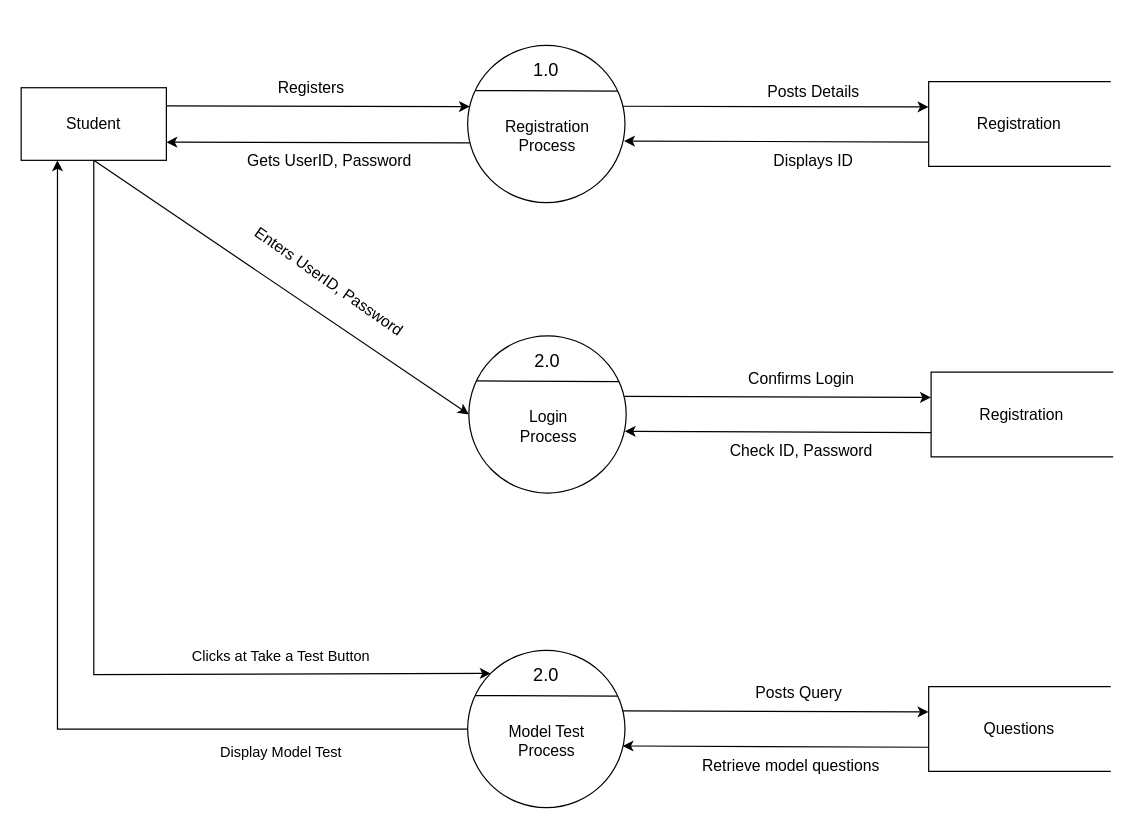
This is static/Project Diagram/DFD - Level 1.drawio from sainisoftravi/online_entrance, a draw.io file, before an edit. Source tidied: cells renumbered, new cells numbered last; positions are measured from the earlier drawing's top-left corner, leaving out a move shared by most shapes. Both pictures are drawn from the tidied source at 121%, with x=0, y=0 at pixel (21, 45).
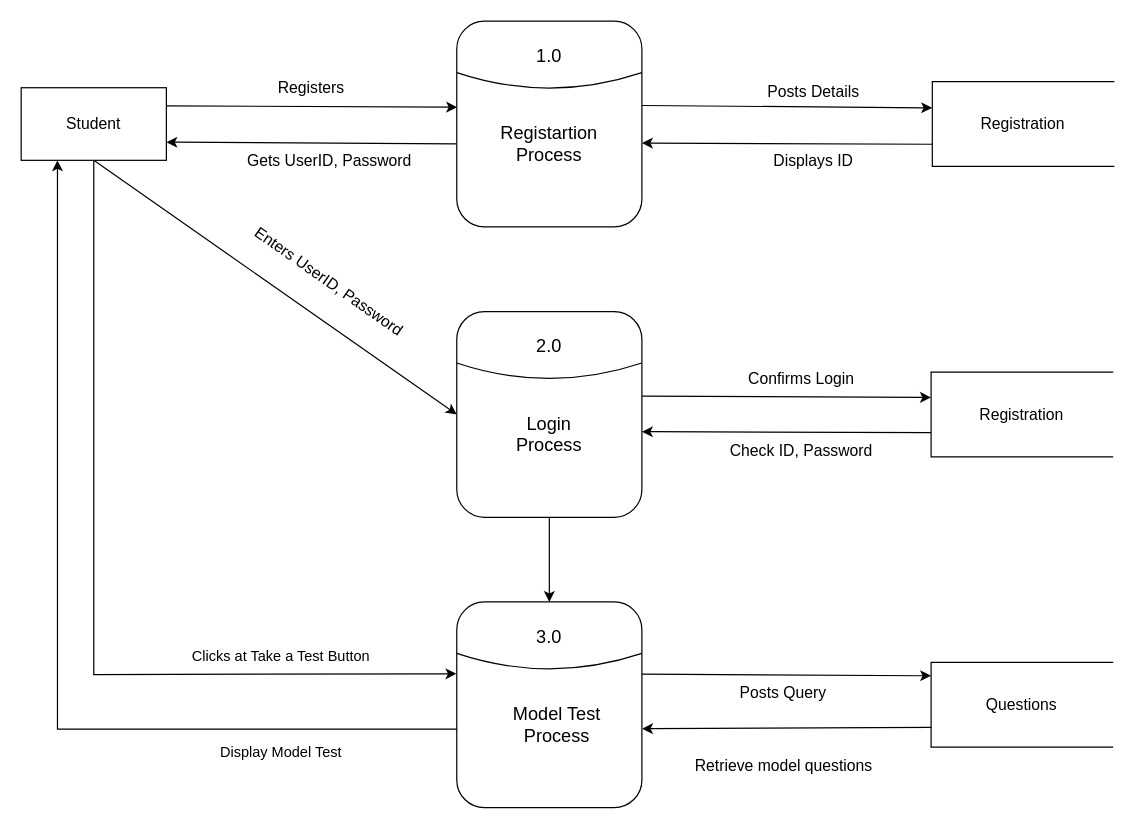
Above is the later version.

Unchanged cells that the change refers to:
```xml
<mxCell id="6" value="&lt;font style=&quot;font-size: 13px;&quot;&gt;Student&lt;/font&gt;" style="rounded=0;whiteSpace=wrap;html=1;" parent="1" vertex="1">
  <mxGeometry y="35" width="120" height="60" as="geometry" />
</mxCell>
<mxCell id="32" value="&lt;font style=&quot;font-size: 13px;&quot;&gt;Registration&lt;/font&gt;" style="html=1;dashed=0;whiteSpace=wrap;shape=partialRectangle;right=0;" parent="1" vertex="1">
  <mxGeometry x="752" y="270" width="150" height="70" as="geometry" />
</mxCell>
```

Change to the diagram source:
```diff
@@
-    <mxCell id="2" value="&lt;font style=&quot;font-size: 20px;&quot;&gt;&lt;br&gt;&lt;/font&gt;" style="ellipse;whiteSpace=wrap;html=1;" parent="1" vertex="1">
-      <mxGeometry x="369" width="130" height="130" as="geometry" />
-    </mxCell>
-    <mxCell id="3" style="endArrow=none;html=1;rounded=0;exitX=0.049;exitY=0.287;exitDx=0;exitDy=0;entryX=0.955;entryY=0.291;entryDx=0;entryDy=0;exitPerimeter=0;entryPerimeter=0;" parent="1" edge="1" source="2" target="2">
-      <mxGeometry relative="1" as="geometry" />
-    </mxCell>
-    <mxCell id="4" value="&lt;font style=&quot;font-size: 15px;&quot;&gt;1.0&lt;/font&gt;" style="text;html=1;strokeColor=none;fillColor=none;align=center;verticalAlign=middle;whiteSpace=wrap;rounded=0;" parent="1" vertex="1">
-      <mxGeometry x="414" y="10" width="40" height="20" as="geometry" />
-    </mxCell>
-    <mxCell id="5" value="&lt;font style=&quot;font-size: 13px;&quot;&gt;Registration&lt;br&gt;Process&lt;/font&gt;" style="text;html=1;strokeColor=none;fillColor=none;align=center;verticalAlign=middle;whiteSpace=wrap;rounded=0;" parent="1" vertex="1">
-      <mxGeometry x="405" y="60" width="60" height="30" as="geometry" />
-    </mxCell>
@@
-    <mxCell id="7" style="endArrow=classic;html=1;rounded=0;exitX=1;exitY=0.25;exitDx=0;exitDy=0;entryX=0.014;entryY=0.389;entryDx=0;entryDy=0;entryPerimeter=0;" parent="1" edge="1" source="6" target="2">
+    <mxCell id="7" style="endArrow=classic;html=1;rounded=0;exitX=1;exitY=0.25;exitDx=0;exitDy=0;entryX=0.002;entryY=0.418;entryDx=0;entryDy=0;entryPerimeter=0;" parent="1" edge="1" source="6" target="41">
       <mxGeometry relative="1" as="geometry" />
     </mxCell>
-    <mxCell id="8" style="endArrow=classic;html=1;rounded=0;exitX=0.013;exitY=0.62;exitDx=0;exitDy=0;entryX=1;entryY=0.75;entryDx=0;entryDy=0;exitPerimeter=0;" parent="1" edge="1" source="2" target="6">
+    <mxCell id="8" style="endArrow=classic;html=1;rounded=0;exitX=-0.002;exitY=0.596;exitDx=0;exitDy=0;entryX=1;entryY=0.75;entryDx=0;entryDy=0;exitPerimeter=0;" parent="1" edge="1" source="41" target="6">
       <mxGeometry relative="1" as="geometry" />
     </mxCell>
@@
-    <mxCell id="11" value="&lt;font style=&quot;font-size: 20px;&quot;&gt;&lt;br&gt;&lt;/font&gt;" style="ellipse;whiteSpace=wrap;html=1;" parent="1" vertex="1">
-      <mxGeometry x="370" y="240" width="130" height="130" as="geometry" />
-    </mxCell>
-    <mxCell id="12" style="endArrow=none;html=1;rounded=0;exitX=0.049;exitY=0.287;exitDx=0;exitDy=0;entryX=0.955;entryY=0.291;entryDx=0;entryDy=0;exitPerimeter=0;entryPerimeter=0;" parent="1" edge="1" source="11" target="11">
-      <mxGeometry relative="1" as="geometry" />
-    </mxCell>
-    <mxCell id="13" value="&lt;font style=&quot;font-size: 15px;&quot;&gt;2.0&lt;/font&gt;" style="text;html=1;strokeColor=none;fillColor=none;align=center;verticalAlign=middle;whiteSpace=wrap;rounded=0;" parent="1" vertex="1">
-      <mxGeometry x="415" y="250" width="40" height="20" as="geometry" />
-    </mxCell>
-    <mxCell id="14" value="&lt;font style=&quot;font-size: 13px;&quot;&gt;Login&lt;br&gt;Process&lt;/font&gt;" style="text;html=1;strokeColor=none;fillColor=none;align=center;verticalAlign=middle;whiteSpace=wrap;rounded=0;" parent="1" vertex="1">
-      <mxGeometry x="406" y="300" width="60" height="30" as="geometry" />
-    </mxCell>
-    <mxCell id="15" style="endArrow=classic;html=1;rounded=0;exitX=0.5;exitY=1;exitDx=0;exitDy=0;entryX=0;entryY=0.5;entryDx=0;entryDy=0;" parent="1" edge="1" source="6" target="11">
+    <mxCell id="15" style="endArrow=classic;html=1;rounded=0;exitX=0.5;exitY=1;exitDx=0;exitDy=0;entryX=0;entryY=0.5;entryDx=0;entryDy=0;" parent="1" edge="1" source="6" target="47">
       <mxGeometry relative="1" as="geometry" />
     </mxCell>
@@
-    <mxCell id="17" value="&lt;font style=&quot;font-size: 20px;&quot;&gt;&lt;br&gt;&lt;/font&gt;" style="ellipse;whiteSpace=wrap;html=1;" parent="1" vertex="1">
-      <mxGeometry x="369" y="500" width="130" height="130" as="geometry" />
-    </mxCell>
-    <mxCell id="18" style="endArrow=none;html=1;rounded=0;exitX=0.049;exitY=0.287;exitDx=0;exitDy=0;entryX=0.955;entryY=0.291;entryDx=0;entryDy=0;exitPerimeter=0;entryPerimeter=0;" parent="1" edge="1" source="17" target="17">
-      <mxGeometry relative="1" as="geometry" />
-    </mxCell>
-    <mxCell id="19" value="&lt;font style=&quot;font-size: 15px;&quot;&gt;2.0&lt;/font&gt;" style="text;html=1;strokeColor=none;fillColor=none;align=center;verticalAlign=middle;whiteSpace=wrap;rounded=0;" parent="1" vertex="1">
-      <mxGeometry x="414" y="510" width="40" height="20" as="geometry" />
-    </mxCell>
-    <mxCell id="20" value="&lt;span style=&quot;font-size: 13px;&quot;&gt;Model Test Process&lt;/span&gt;" style="text;html=1;strokeColor=none;fillColor=none;align=center;verticalAlign=middle;whiteSpace=wrap;rounded=0;" parent="1" vertex="1">
-      <mxGeometry x="396.5" y="560" width="75" height="30" as="geometry" />
-    </mxCell>
-    <mxCell id="21" style="endArrow=classic;html=1;rounded=0;exitX=0.5;exitY=1;exitDx=0;exitDy=0;entryX=0;entryY=0;entryDx=0;entryDy=0;" parent="1" edge="1" source="6" target="17">
+    <mxCell id="21" style="endArrow=classic;html=1;rounded=0;exitX=0.5;exitY=1;exitDx=0;exitDy=0;entryX=-0.002;entryY=0.349;entryDx=0;entryDy=0;entryPerimeter=0;" parent="1" edge="1" source="6" target="51">
       <mxGeometry relative="1" as="geometry">
         <Array as="points">
           <mxPoint x="60" y="520" />
         </Array>
       </mxGeometry>
     </mxCell>
@@
-    <mxCell id="23" style="endArrow=classic;html=1;rounded=0;exitX=0;exitY=0.5;exitDx=0;exitDy=0;entryX=0.25;entryY=1;entryDx=0;entryDy=0;" parent="1" edge="1" source="17" target="6">
+    <mxCell id="23" style="endArrow=classic;html=1;rounded=0;exitX=0;exitY=0.5;exitDx=0;exitDy=0;entryX=0.25;entryY=1;entryDx=0;entryDy=0;" parent="1" edge="1" target="6">
       <mxGeometry relative="1" as="geometry">
+        <mxPoint x="369" y="565" as="sourcePoint" />
         <Array as="points">
           <mxPoint x="30" y="565" />
         </Array>
       </mxGeometry>
     </mxCell>
@@
-    <mxCell id="25" style="endArrow=classic;html=1;rounded=0;exitX=0.987;exitY=0.387;exitDx=0;exitDy=0;entryX=-0.001;entryY=0.298;entryDx=0;entryDy=0;entryPerimeter=0;exitPerimeter=0;" parent="1" edge="1" source="2" target="27">
-      <mxGeometry relative="1" as="geometry" />
-    </mxCell>
-    <mxCell id="26" style="endArrow=classic;html=1;rounded=0;exitX=0;exitY=0.713;exitDx=0;exitDy=0;entryX=0.994;entryY=0.608;entryDx=0;entryDy=0;exitPerimeter=0;entryPerimeter=0;" parent="1" edge="1" source="27" target="2">
-      <mxGeometry relative="1" as="geometry" />
-    </mxCell>
     <mxCell id="27" value="&lt;font style=&quot;font-size: 13px;&quot;&gt;Registration&lt;/font&gt;" style="html=1;dashed=0;whiteSpace=wrap;shape=partialRectangle;right=0;" parent="1" vertex="1">
-      <mxGeometry x="750" y="30" width="150" height="70" as="geometry" />
+      <mxGeometry x="753" y="30" width="150" height="70" as="geometry" />
     </mxCell>
@@
-    <mxCell id="30" style="endArrow=classic;html=1;rounded=0;exitX=0.989;exitY=0.385;exitDx=0;exitDy=0;entryX=-0.001;entryY=0.299;entryDx=0;entryDy=0;entryPerimeter=0;exitPerimeter=0;" parent="1" edge="1" source="11" target="32">
+    <mxCell id="30" style="endArrow=classic;html=1;rounded=0;exitX=1;exitY=0.411;exitDx=0;exitDy=0;entryX=-0.001;entryY=0.299;entryDx=0;entryDy=0;entryPerimeter=0;exitPerimeter=0;" parent="1" edge="1" source="47" target="32">
       <mxGeometry relative="1" as="geometry" />
     </mxCell>
-    <mxCell id="31" style="endArrow=classic;html=1;rounded=0;exitX=0.001;exitY=0.715;exitDx=0;exitDy=0;entryX=0.991;entryY=0.607;entryDx=0;entryDy=0;exitPerimeter=0;entryPerimeter=0;" parent="1" edge="1" source="32" target="11">
+    <mxCell id="31" style="endArrow=classic;html=1;rounded=0;exitX=0.001;exitY=0.715;exitDx=0;exitDy=0;entryX=1;entryY=0.584;entryDx=0;entryDy=0;exitPerimeter=0;entryPerimeter=0;" parent="1" edge="1" source="32" target="47">
       <mxGeometry relative="1" as="geometry" />
     </mxCell>
@@
-    <mxCell id="35" style="endArrow=classic;html=1;rounded=0;exitX=0.989;exitY=0.385;exitDx=0;exitDy=0;entryX=-0.001;entryY=0.299;entryDx=0;entryDy=0;entryPerimeter=0;exitPerimeter=0;" parent="1" edge="1" target="37">
+    <mxCell id="35" style="endArrow=classic;html=1;rounded=0;exitX=0.998;exitY=0.351;exitDx=0;exitDy=0;entryX=-0.001;entryY=0.299;entryDx=0;entryDy=0;entryPerimeter=0;exitPerimeter=0;" parent="1" edge="1" source="51">
       <mxGeometry relative="1" as="geometry">
-        <mxPoint x="497" y="550" as="sourcePoint" />
+        <mxPoint x="752" y="521" as="targetPoint" />
       </mxGeometry>
     </mxCell>
-    <mxCell id="36" style="endArrow=classic;html=1;rounded=0;exitX=0.001;exitY=0.715;exitDx=0;exitDy=0;entryX=0.991;entryY=0.607;entryDx=0;entryDy=0;exitPerimeter=0;entryPerimeter=0;" parent="1" edge="1" source="37">
-      <mxGeometry relative="1" as="geometry">
-        <mxPoint x="497" y="579" as="targetPoint" />
-      </mxGeometry>
-    </mxCell>
     <mxCell id="37" value="&lt;font style=&quot;font-size: 13px;&quot;&gt;Questions&lt;/font&gt;" style="html=1;dashed=0;whiteSpace=wrap;shape=partialRectangle;right=0;" parent="1" vertex="1">
-      <mxGeometry x="750" y="530" width="150" height="70" as="geometry" />
+      <mxGeometry x="752" y="510" width="150" height="70" as="geometry" />
     </mxCell>
     <mxCell id="38" value="&lt;font style=&quot;font-size: 13px;&quot;&gt;Retrieve model questions&lt;/font&gt;" style="text;html=1;strokeColor=none;fillColor=none;align=center;verticalAlign=middle;whiteSpace=wrap;rounded=0;" parent="1" vertex="1">
-      <mxGeometry x="560" y="580" width="153" height="30" as="geometry" />
+      <mxGeometry x="553.5" y="580" width="153" height="30" as="geometry" />
     </mxCell>
     <mxCell id="39" value="&lt;font style=&quot;font-size: 13px;&quot;&gt;Posts Query&lt;/font&gt;" style="text;html=1;strokeColor=none;fillColor=none;align=center;verticalAlign=middle;whiteSpace=wrap;rounded=0;" parent="1" vertex="1">
-      <mxGeometry x="588" y="520" width="110" height="30" as="geometry" />
+      <mxGeometry x="575" y="520" width="110" height="30" as="geometry" />
     </mxCell>
+    <mxCell id="40" style="group;" parent="1" vertex="1">
+      <mxGeometry x="360" y="-20" width="153" height="170" as="geometry" />
+    </mxCell>
+    <mxCell id="41" style="rounded=1;whiteSpace=wrap;html=1;" parent="40" vertex="1">
+      <mxGeometry width="153" height="170" as="geometry" />
+    </mxCell>
+    <mxCell id="42" style="endArrow=none;html=1;exitX=0;exitY=0.25;exitDx=0;exitDy=0;entryX=1;entryY=0.25;entryDx=0;entryDy=0;curved=1;" parent="40" edge="1" source="41" target="41">
+      <mxGeometry relative="1" as="geometry">
+        <Array as="points">
+          <mxPoint x="76.5" y="68" />
+        </Array>
+      </mxGeometry>
+    </mxCell>
+    <mxCell id="4" value="&lt;font style=&quot;font-size: 15px;&quot;&gt;1.0&lt;/font&gt;" style="text;html=1;strokeColor=none;fillColor=none;align=center;verticalAlign=middle;whiteSpace=wrap;rounded=0;" parent="40" vertex="1">
+      <mxGeometry x="52.2" y="16.2" width="48.6" height="24.3" as="geometry" />
+    </mxCell>
+    <mxCell id="43" value="&lt;font style=&quot;font-size: 15px;&quot;&gt;Registartion Process&lt;/font&gt;" style="text;html=1;strokeColor=none;fillColor=none;align=center;verticalAlign=middle;whiteSpace=wrap;rounded=0;" parent="40" vertex="1">
+      <mxGeometry x="15.8" y="89" width="121.4" height="24.3" as="geometry" />
+    </mxCell>
+    <mxCell id="44" style="endArrow=classic;html=1;rounded=0;entryX=-0.001;entryY=0.309;entryDx=0;entryDy=0;entryPerimeter=0;exitX=1.001;exitY=0.41;exitDx=0;exitDy=0;exitPerimeter=0;" parent="1" edge="1" source="41" target="27">
+      <mxGeometry relative="1" as="geometry" />
+    </mxCell>
+    <mxCell id="45" style="endArrow=classic;html=1;rounded=0;exitX=-0.002;exitY=0.596;exitDx=0;exitDy=0;entryX=1;entryY=0.75;entryDx=0;entryDy=0;exitPerimeter=0;" parent="1" edge="1">
+      <mxGeometry relative="1" as="geometry">
+        <mxPoint x="753" y="81.7" as="sourcePoint" />
+        <mxPoint x="513" y="80.7" as="targetPoint" />
+      </mxGeometry>
+    </mxCell>
+    <mxCell id="46" style="group;" parent="1" vertex="1">
+      <mxGeometry x="360" y="220" width="153" height="170" as="geometry" />
+    </mxCell>
+    <mxCell id="47" style="rounded=1;whiteSpace=wrap;html=1;" parent="46" vertex="1">
+      <mxGeometry width="153" height="170" as="geometry" />
+    </mxCell>
+    <mxCell id="48" style="endArrow=none;html=1;exitX=0;exitY=0.25;exitDx=0;exitDy=0;entryX=1;entryY=0.25;entryDx=0;entryDy=0;curved=1;" parent="46" edge="1" source="47" target="47">
+      <mxGeometry relative="1" as="geometry">
+        <Array as="points">
+          <mxPoint x="76.5" y="68" />
+        </Array>
+      </mxGeometry>
+    </mxCell>
+    <mxCell id="49" value="&lt;font style=&quot;font-size: 15px;&quot;&gt;2.0&lt;/font&gt;" style="text;html=1;strokeColor=none;fillColor=none;align=center;verticalAlign=middle;whiteSpace=wrap;rounded=0;" parent="46" vertex="1">
+      <mxGeometry x="52.2" y="16.2" width="48.6" height="24.3" as="geometry" />
+    </mxCell>
+    <mxCell id="14" value="&lt;font style=&quot;font-size: 15px;&quot;&gt;Login&lt;br&gt;Process&lt;/font&gt;" style="text;html=1;strokeColor=none;fillColor=none;align=center;verticalAlign=middle;whiteSpace=wrap;rounded=0;" parent="46" vertex="1">
+      <mxGeometry x="15.8" y="89" width="121.4" height="24.3" as="geometry" />
+    </mxCell>
+    <mxCell id="50" style="group;" parent="1" vertex="1">
+      <mxGeometry x="360" y="460" width="153" height="170" as="geometry" />
+    </mxCell>
+    <mxCell id="51" style="rounded=1;whiteSpace=wrap;html=1;" parent="50" vertex="1">
+      <mxGeometry width="153" height="170" as="geometry" />
+    </mxCell>
+    <mxCell id="52" style="endArrow=none;html=1;exitX=0;exitY=0.25;exitDx=0;exitDy=0;entryX=1;entryY=0.25;entryDx=0;entryDy=0;curved=1;" parent="50" edge="1" source="51" target="51">
+      <mxGeometry relative="1" as="geometry">
+        <Array as="points">
+          <mxPoint x="76.5" y="68" />
+        </Array>
+      </mxGeometry>
+    </mxCell>
+    <mxCell id="53" value="&lt;font style=&quot;font-size: 15px;&quot;&gt;3.0&lt;/font&gt;" style="text;html=1;strokeColor=none;fillColor=none;align=center;verticalAlign=middle;whiteSpace=wrap;rounded=0;" parent="50" vertex="1">
+      <mxGeometry x="52.2" y="16.2" width="48.6" height="24.3" as="geometry" />
+    </mxCell>
+    <mxCell id="20" value="&lt;font style=&quot;font-size: 15px;&quot;&gt;Model Test&lt;br&gt;Process&lt;/font&gt;" style="text;html=1;strokeColor=none;fillColor=none;align=center;verticalAlign=middle;whiteSpace=wrap;rounded=0;" parent="50" vertex="1">
+      <mxGeometry x="15.8" y="89" width="134.2" height="24.3" as="geometry" />
+    </mxCell>
+    <mxCell id="36" style="endArrow=classic;html=1;rounded=0;exitX=0.001;exitY=0.715;exitDx=0;exitDy=0;entryX=1.001;entryY=0.616;entryDx=0;entryDy=0;exitPerimeter=0;entryPerimeter=0;" parent="50" edge="1" target="51">
+      <mxGeometry relative="1" as="geometry">
+        <mxPoint x="392.1" y="103.7" as="sourcePoint" />
+      </mxGeometry>
+    </mxCell>
+    <mxCell id="54" style="endArrow=classic;html=1;rounded=0;exitX=0.5;exitY=1;exitDx=0;exitDy=0;entryX=0.5;entryY=0;entryDx=0;entryDy=0;" parent="1" edge="1" source="47" target="51">
+      <mxGeometry relative="1" as="geometry" />
+    </mxCell>
```
